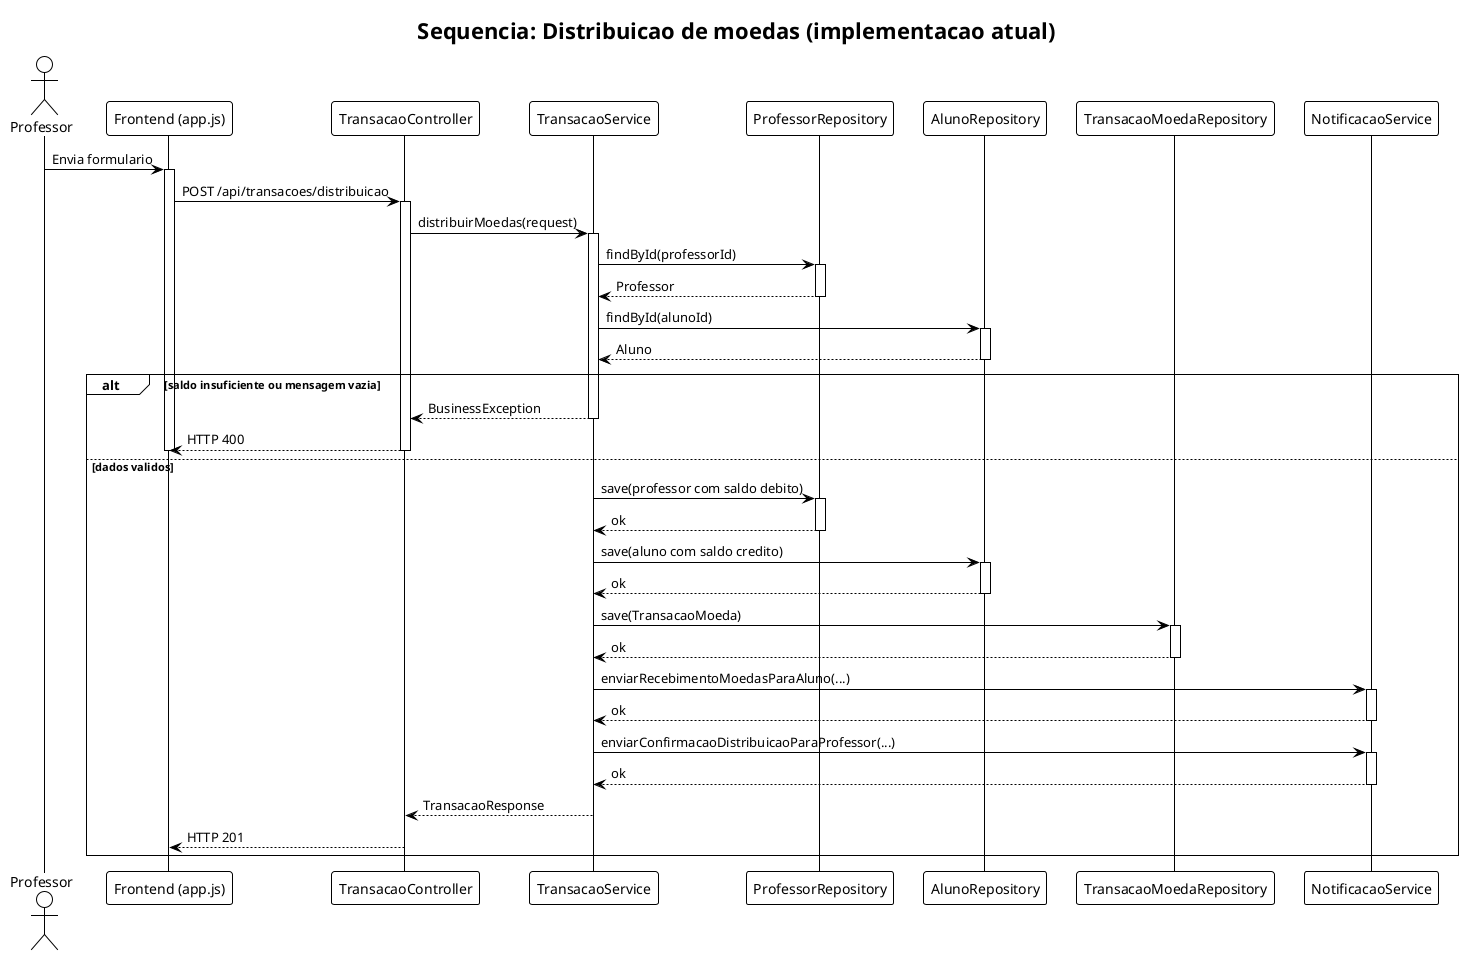
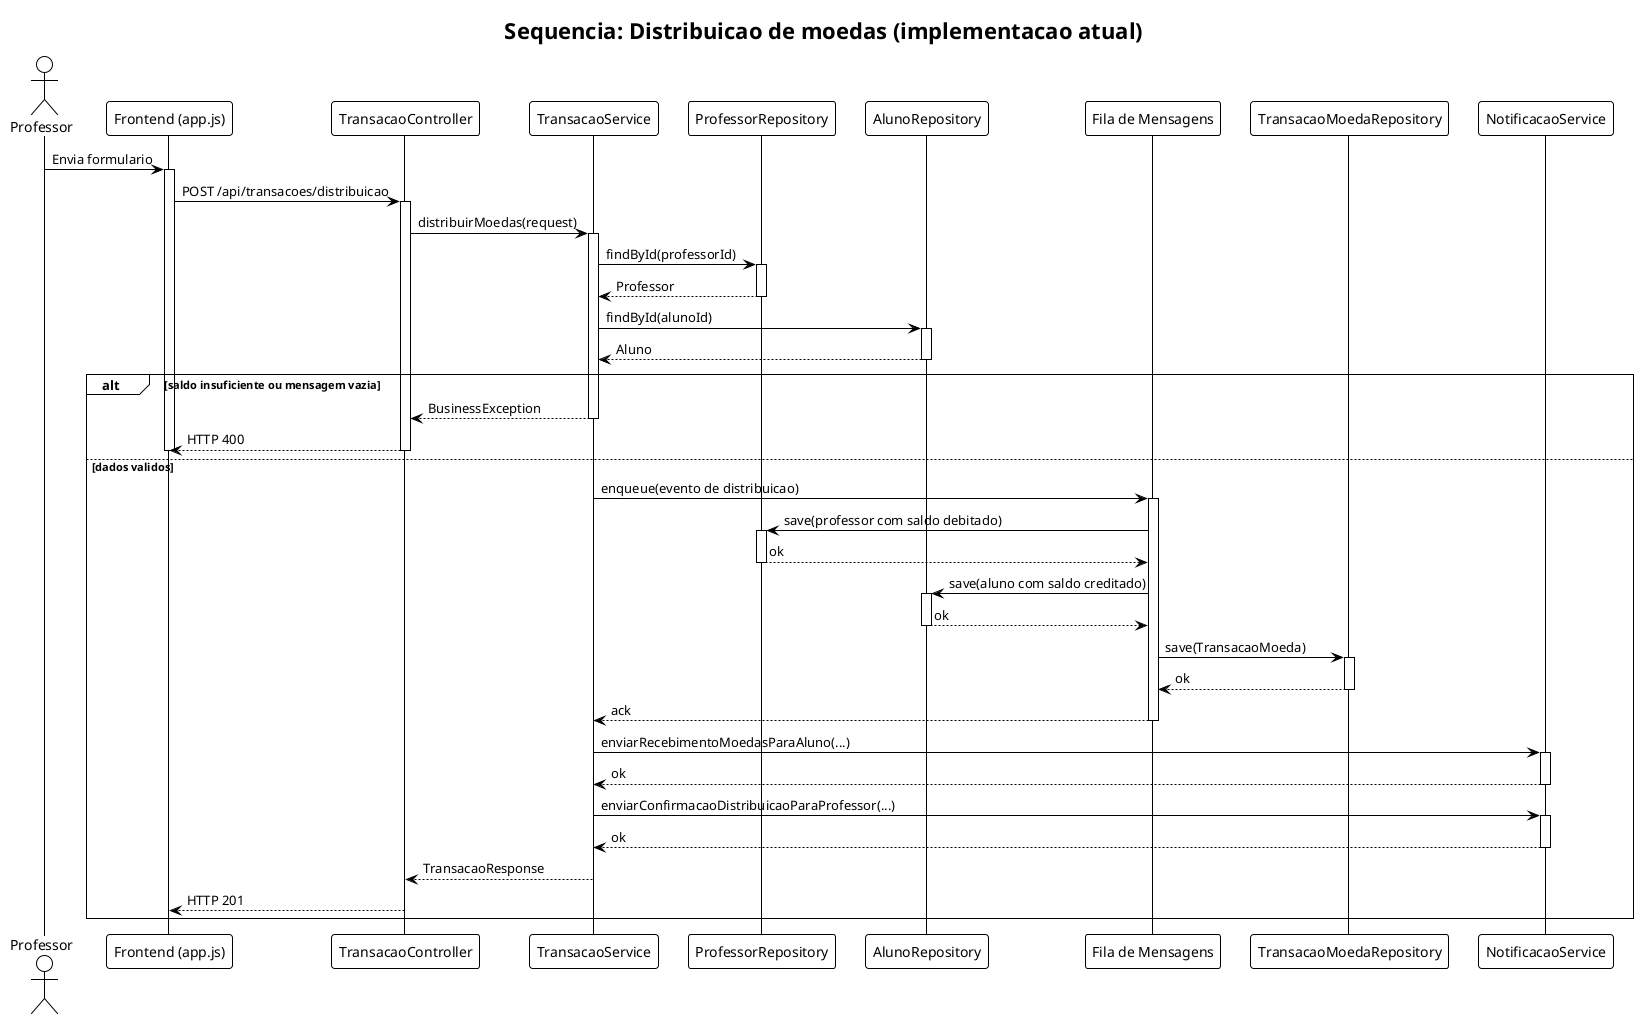
@startuml sequencia-distribuicao-moedas
!theme plain
title Sequencia: Distribuicao de moedas (implementacao atual)

actor Professor
participant "Frontend (app.js)" as UI
participant "TransacaoController" as TC
participant "TransacaoService" as TS
participant "ProfessorRepository" as PR
participant "AlunoRepository" as AR
+ participant "Fila de Mensagens" as MQ
participant "TransacaoMoedaRepository" as TR
participant "NotificacaoService" as NS

Professor -> UI: Envia formulario
activate UI

UI -> TC: POST /api/transacoes/distribuicao
activate TC

TC -> TS: distribuirMoedas(request)
activate TS

TS -> PR: findById(professorId)
activate PR
PR --> TS: Professor
deactivate PR

TS -> AR: findById(alunoId)
activate AR
AR --> TS: Aluno
deactivate AR

alt saldo insuficiente ou mensagem vazia
  TS --> TC: BusinessException
  deactivate TS
  TC --> UI: HTTP 400
  deactivate TC
  deactivate UI
else dados validos
-   TS -> PR: save(professor com saldo debito)
+   TS -> MQ: enqueue(evento de distribuicao)
+   activate MQ
+   MQ -> PR: save(professor com saldo debitado)
  activate PR
-   PR --> TS: ok
+   PR --> MQ: ok
  deactivate PR
-   TS -> AR: save(aluno com saldo credito)
+   MQ -> AR: save(aluno com saldo creditado)
  activate AR
-   AR --> TS: ok
+   AR --> MQ: ok
  deactivate AR
-   TS -> TR: save(TransacaoMoeda)
+   MQ -> TR: save(TransacaoMoeda)
  activate TR
-   TR --> TS: ok
+   TR --> MQ: ok
  deactivate TR
+   MQ --> TS: ack
+   deactivate MQ
  TS -> NS: enviarRecebimentoMoedasParaAluno(...)
  activate NS
  NS --> TS: ok
  deactivate NS
  TS -> NS: enviarConfirmacaoDistribuicaoParaProfessor(...)
  activate NS
  NS --> TS: ok
  deactivate NS
  TS --> TC: TransacaoResponse
  deactivate TS
  TC --> UI: HTTP 201
  deactivate TC
  deactivate UI
end

@enduml
